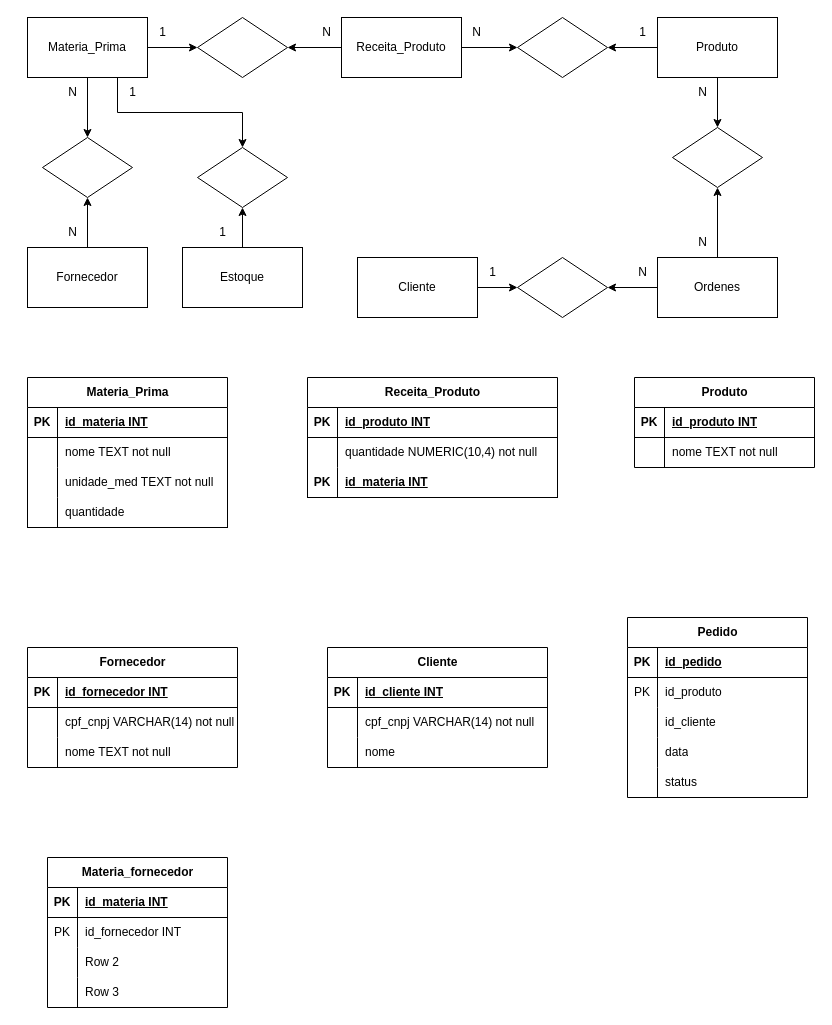
Earlier version of the draw.io diagram Projeto_FinSQL/Ordenes_Marcenaria.drawio (jheykocarreno/Senai_BackEnd). Source tidied: cells renumbered, new cells numbered last; positions are measured from the earlier drawing's top-left corner, leaving out a move shared by most shapes. Both pictures are drawn from the tidied source at 100%, with x=0, y=0 at pixel (27, 17).
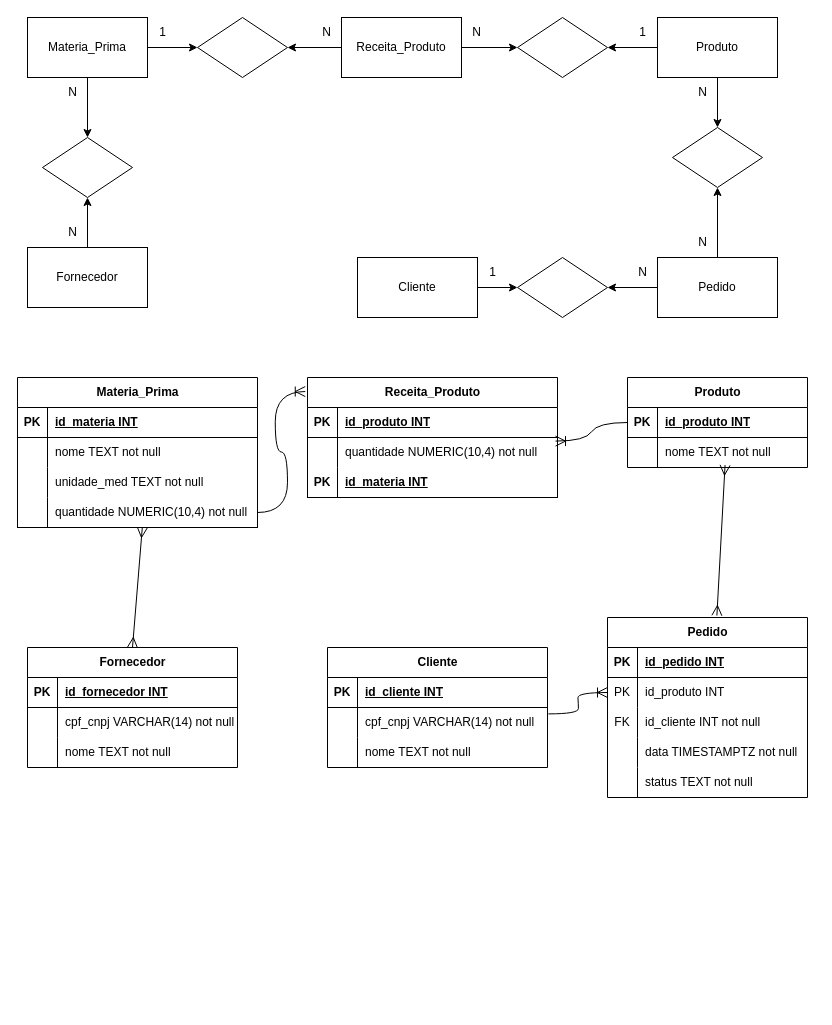
After the change.

Unchanged cells that the change refers to:
```xml
<mxCell id="5" value="Materia_Prima" style="rounded=0;whiteSpace=wrap;html=1;" parent="1" vertex="1">
  <mxGeometry width="120" height="60" as="geometry" />
</mxCell>
<mxCell id="52" value="Fornecedor" style="shape=table;startSize=30;childLayout=tableLayout;rowLines=0;fontStyle=1;align=center;html=1;" parent="1" vertex="1">
  <mxGeometry y="630" width="210" height="120" as="geometry" />
</mxCell>
<mxCell id="62" value="Receita_Produto" style="shape=table;startSize=30;childLayout=tableLayout;rowLines=0;fontStyle=1;align=center;html=1;" parent="1" vertex="1">
  <mxGeometry x="280" y="360" width="250" height="120" as="geometry" />
</mxCell>
<mxCell id="66" style="shape=tableRow;horizontal=0;startSize=0;swimlaneHead=0;swimlaneBody=0;fillColor=none;points=[[0,0.5],[1,0.5]];portConstraint=eastwest;top=0;left=0;right=0;bottom=0;" parent="62" vertex="1">
  <mxGeometry y="60" width="250" height="30" as="geometry" />
</mxCell>
<mxCell id="73" style="shape=tableRow;horizontal=0;startSize=0;swimlaneHead=0;swimlaneBody=0;fillColor=none;points=[[0,0.5],[1,0.5]];portConstraint=eastwest;top=0;left=0;right=0;bottom=1;" parent="72" vertex="1">
  <mxGeometry y="30" width="180" height="30" as="geometry" />
</mxCell>
<mxCell id="76" style="shape=tableRow;horizontal=0;startSize=0;swimlaneHead=0;swimlaneBody=0;fillColor=none;points=[[0,0.5],[1,0.5]];portConstraint=eastwest;top=0;left=0;right=0;bottom=0;" parent="72" vertex="1">
  <mxGeometry y="60" width="180" height="30" as="geometry" />
</mxCell>
<mxCell id="112" style="shape=tableRow;horizontal=0;startSize=0;swimlaneHead=0;swimlaneBody=0;fillColor=none;points=[[0,0.5],[1,0.5]];portConstraint=eastwest;top=0;left=0;right=0;bottom=0;" parent="108" vertex="1">
  <mxGeometry y="60" width="220" height="30" as="geometry" />
</mxCell>
<mxCell id="115" style="shape=tableRow;horizontal=0;startSize=0;swimlaneHead=0;swimlaneBody=0;fillColor=none;top=0;left=0;right=0;bottom=0;" parent="108" vertex="1">
  <mxGeometry y="90" width="220" height="30" as="geometry" />
</mxCell>
```

Change to the diagram source:
```diff
@@
-    <mxCell id="4" style="edgeStyle=orthogonalEdgeStyle;rounded=0;jettySize=auto;html=1;exitX=0.75;exitY=1;exitDx=0;exitDy=0;" parent="1" edge="1" source="5" target="28">
-      <mxGeometry relative="1" as="geometry" />
-    </mxCell>
@@
-    <mxCell id="8" style="edgeStyle=orthogonalEdgeStyle;rounded=0;jettySize=auto;html=1;exitX=0.5;exitY=0;exitDx=0;exitDy=0;entryX=0.5;entryY=1;entryDx=0;entryDy=0;" parent="1" edge="1" source="9" target="28">
-      <mxGeometry relative="1" as="geometry" />
-    </mxCell>
-    <mxCell id="9" value="Estoque" style="rounded=0;whiteSpace=wrap;html=1;" parent="1" vertex="1">
-      <mxGeometry x="155" y="230" width="120" height="60" as="geometry" />
-    </mxCell>
@@
-    <mxCell id="20" value="Ordenes" style="rounded=0;whiteSpace=wrap;html=1;" parent="1" vertex="1">
+    <mxCell id="20" value="Pedido" style="rounded=0;whiteSpace=wrap;html=1;" parent="1" vertex="1">
       <mxGeometry x="630" y="240" width="120" height="60" as="geometry" />
     </mxCell>
@@
-    <mxCell id="28" style="rhombus;whiteSpace=wrap;html=1;" parent="1" vertex="1">
-      <mxGeometry x="170" y="130" width="90" height="60" as="geometry" />
-    </mxCell>
@@
-    <mxCell id="33" value="1" style="text;html=1;align=center;verticalAlign=middle;strokeColor=none;fillColor=none;" parent="1" vertex="1">
-      <mxGeometry x="90" y="60" width="30" height="30" as="geometry" />
-    </mxCell>
-    <mxCell id="34" value="1" style="text;html=1;align=center;verticalAlign=middle;strokeColor=none;fillColor=none;" parent="1" vertex="1">
-      <mxGeometry x="180" y="200" width="30" height="30" as="geometry" />
-    </mxCell>
@@
     <mxCell id="39" value="Materia_Prima" style="shape=table;startSize=30;childLayout=tableLayout;rowLines=0;fontStyle=1;align=center;html=1;" parent="1" vertex="1">
-      <mxGeometry y="360" width="200" height="150" as="geometry" />
+      <mxGeometry x="-10" y="360" width="240" height="150" as="geometry" />
     </mxCell>
     <mxCell id="40" style="shape=tableRow;horizontal=0;startSize=0;swimlaneHead=0;swimlaneBody=0;fillColor=none;top=0;left=0;right=0;bottom=1;" parent="39" vertex="1">
-      <mxGeometry y="30" width="200" height="30" as="geometry" />
+      <mxGeometry y="30" width="240" height="30" as="geometry" />
     </mxCell>
@@
     <mxCell id="42" value="id_materia INT" style="shape=partialRectangle;fillColor=none;top=0;left=0;bottom=0;right=0;align=left;spacingLeft=6;fontStyle=5;overflow=hidden;whiteSpace=wrap;html=1;" parent="40" vertex="1">
-      <mxGeometry x="30" width="170" height="30" as="geometry" />
+      <mxGeometry x="30" width="210" height="30" as="geometry" />
     </mxCell>
     <mxCell id="43" style="shape=tableRow;horizontal=0;startSize=0;swimlaneHead=0;swimlaneBody=0;fillColor=none;top=0;left=0;right=0;bottom=0;" parent="39" vertex="1">
-      <mxGeometry y="60" width="200" height="30" as="geometry" />
+      <mxGeometry y="60" width="240" height="30" as="geometry" />
     </mxCell>
@@
     <mxCell id="45" value="nome TEXT not null" style="shape=partialRectangle;fillColor=none;top=0;left=0;bottom=0;right=0;align=left;spacingLeft=6;overflow=hidden;whiteSpace=wrap;html=1;" parent="43" vertex="1">
-      <mxGeometry x="30" width="170" height="30" as="geometry" />
+      <mxGeometry x="30" width="210" height="30" as="geometry" />
     </mxCell>
     <mxCell id="46" style="shape=tableRow;horizontal=0;startSize=0;swimlaneHead=0;swimlaneBody=0;fillColor=none;top=0;left=0;right=0;bottom=0;" parent="39" vertex="1">
-      <mxGeometry y="90" width="200" height="30" as="geometry" />
+      <mxGeometry y="90" width="240" height="30" as="geometry" />
     </mxCell>
@@
     <mxCell id="48" value="unidade_med TEXT not null" style="shape=partialRectangle;fillColor=none;top=0;left=0;bottom=0;right=0;align=left;spacingLeft=6;overflow=hidden;whiteSpace=wrap;html=1;" parent="46" vertex="1">
-      <mxGeometry x="30" width="170" height="30" as="geometry" />
+      <mxGeometry x="30" width="210" height="30" as="geometry" />
     </mxCell>
     <mxCell id="49" style="shape=tableRow;horizontal=0;startSize=0;swimlaneHead=0;swimlaneBody=0;fillColor=none;points=[[0,0.5],[1,0.5]];portConstraint=eastwest;top=0;left=0;right=0;bottom=1;" parent="39" vertex="1">
-      <mxGeometry y="120" width="200" height="30" as="geometry" />
+      <mxGeometry y="120" width="240" height="30" as="geometry" />
     </mxCell>
@@
-    <mxCell id="51" value="&lt;span style=&quot;font-weight: normal;&quot;&gt;quantidade&lt;/span&gt;" style="shape=partialRectangle;fillColor=none;top=0;left=0;bottom=0;right=0;align=left;spacingLeft=6;fontStyle=1;overflow=hidden;whiteSpace=wrap;html=1;" parent="49" vertex="1">
-      <mxGeometry x="30" width="170" height="30" as="geometry" />
+    <mxCell id="51" value="&lt;span style=&quot;font-weight: normal;&quot;&gt;quantidade NUMERIC(10,4) not null&lt;/span&gt;" style="shape=partialRectangle;fillColor=none;top=0;left=0;bottom=0;right=0;align=left;spacingLeft=6;fontStyle=1;overflow=hidden;whiteSpace=wrap;html=1;" parent="49" vertex="1">
+      <mxGeometry x="30" width="210" height="30" as="geometry" />
     </mxCell>
@@
     <mxCell id="72" value="Produto" style="shape=table;startSize=30;childLayout=tableLayout;rowLines=0;fontStyle=1;align=center;html=1;" parent="1" vertex="1">
-      <mxGeometry x="607" y="360" width="180" height="90" as="geometry" />
+      <mxGeometry x="600" y="360" width="180" height="90" as="geometry" />
     </mxCell>
@@
-    <mxCell id="79" value="Materia_fornecedor" style="shape=table;startSize=30;childLayout=tableLayout;rowLines=0;fontStyle=1;align=center;html=1;" parent="1" vertex="1">
-      <mxGeometry x="20" y="840" width="180" height="150" as="geometry" />
-    </mxCell>
-    <mxCell id="80" style="shape=tableRow;horizontal=0;startSize=0;swimlaneHead=0;swimlaneBody=0;fillColor=none;top=0;left=0;right=0;bottom=1;" parent="79" vertex="1">
-      <mxGeometry y="30" width="180" height="30" as="geometry" />
-    </mxCell>
-    <mxCell id="81" value="PK" style="shape=partialRectangle;fillColor=none;top=0;left=0;bottom=0;right=0;fontStyle=1;overflow=hidden;whiteSpace=wrap;html=1;" parent="80" vertex="1">
-      <mxGeometry width="30" height="30" as="geometry" />
-    </mxCell>
-    <mxCell id="82" value="id_materia INT" style="shape=partialRectangle;fillColor=none;top=0;left=0;bottom=0;right=0;align=left;spacingLeft=6;fontStyle=5;overflow=hidden;whiteSpace=wrap;html=1;" parent="80" vertex="1">
-      <mxGeometry x="30" width="150" height="30" as="geometry" />
-    </mxCell>
-    <mxCell id="83" style="shape=tableRow;horizontal=0;startSize=0;swimlaneHead=0;swimlaneBody=0;fillColor=none;top=0;left=0;right=0;bottom=0;" parent="79" vertex="1">
-      <mxGeometry y="60" width="180" height="30" as="geometry" />
-    </mxCell>
-    <mxCell id="84" value="PK" style="shape=partialRectangle;fillColor=none;top=0;left=0;bottom=0;right=0;overflow=hidden;whiteSpace=wrap;html=1;" parent="83" vertex="1">
-      <mxGeometry width="30" height="30" as="geometry" />
-    </mxCell>
-    <mxCell id="85" value="id_fornecedor INT" style="shape=partialRectangle;fillColor=none;top=0;left=0;bottom=0;right=0;align=left;spacingLeft=6;overflow=hidden;whiteSpace=wrap;html=1;strokeColor=inherit;" parent="83" vertex="1">
-      <mxGeometry x="30" width="150" height="30" as="geometry" />
-    </mxCell>
-    <mxCell id="86" style="shape=tableRow;horizontal=0;startSize=0;swimlaneHead=0;swimlaneBody=0;fillColor=none;top=0;left=0;right=0;bottom=0;" parent="79" vertex="1">
-      <mxGeometry y="90" width="180" height="30" as="geometry" />
-    </mxCell>
-    <mxCell id="87" style="shape=partialRectangle;fillColor=none;top=0;left=0;bottom=0;right=0;overflow=hidden;whiteSpace=wrap;html=1;" parent="86" vertex="1">
-      <mxGeometry width="30" height="30" as="geometry" />
-    </mxCell>
-    <mxCell id="88" value="Row 2" style="shape=partialRectangle;fillColor=none;top=0;left=0;bottom=0;right=0;align=left;spacingLeft=6;overflow=hidden;whiteSpace=wrap;html=1;" parent="86" vertex="1">
-      <mxGeometry x="30" width="150" height="30" as="geometry" />
-    </mxCell>
-    <mxCell id="89" style="shape=tableRow;horizontal=0;startSize=0;swimlaneHead=0;swimlaneBody=0;fillColor=none;top=0;left=0;right=0;bottom=0;" parent="79" vertex="1">
-      <mxGeometry y="120" width="180" height="30" as="geometry" />
-    </mxCell>
-    <mxCell id="90" style="shape=partialRectangle;fillColor=none;top=0;left=0;bottom=0;right=0;overflow=hidden;whiteSpace=wrap;html=1;" parent="89" vertex="1">
-      <mxGeometry width="30" height="30" as="geometry" />
-    </mxCell>
-    <mxCell id="91" value="Row 3" style="shape=partialRectangle;fillColor=none;top=0;left=0;bottom=0;right=0;align=left;spacingLeft=6;overflow=hidden;whiteSpace=wrap;html=1;" parent="89" vertex="1">
-      <mxGeometry x="30" width="150" height="30" as="geometry" />
-    </mxCell>
     <mxCell id="92" value="Pedido" style="shape=table;startSize=30;childLayout=tableLayout;rowLines=0;fontStyle=1;align=center;html=1;" parent="1" vertex="1">
-      <mxGeometry x="600" y="600" width="180" height="180" as="geometry" />
+      <mxGeometry x="580" y="600" width="200" height="180" as="geometry" />
     </mxCell>
     <mxCell id="93" style="shape=tableRow;horizontal=0;startSize=0;swimlaneHead=0;swimlaneBody=0;fillColor=none;top=0;left=0;right=0;bottom=1;" parent="92" vertex="1">
-      <mxGeometry y="30" width="180" height="30" as="geometry" />
+      <mxGeometry y="30" width="200" height="30" as="geometry" />
     </mxCell>
@@
-    <mxCell id="95" value="id_pedido" style="shape=partialRectangle;fillColor=none;top=0;left=0;bottom=0;right=0;align=left;spacingLeft=6;fontStyle=5;overflow=hidden;whiteSpace=wrap;html=1;" parent="93" vertex="1">
-      <mxGeometry x="30" width="150" height="30" as="geometry" />
+    <mxCell id="95" value="id_pedido INT" style="shape=partialRectangle;fillColor=none;top=0;left=0;bottom=0;right=0;align=left;spacingLeft=6;fontStyle=5;overflow=hidden;whiteSpace=wrap;html=1;" parent="93" vertex="1">
+      <mxGeometry x="30" width="170" height="30" as="geometry" />
     </mxCell>
     <mxCell id="96" style="shape=tableRow;horizontal=0;startSize=0;swimlaneHead=0;swimlaneBody=0;fillColor=none;points=[[0,0.5],[1,0.5]];portConstraint=eastwest;top=0;left=0;right=0;bottom=0;" parent="92" vertex="1">
-      <mxGeometry y="60" width="180" height="30" as="geometry" />
+      <mxGeometry y="60" width="200" height="30" as="geometry" />
     </mxCell>
@@
-    <mxCell id="98" value="id_produto" style="shape=partialRectangle;fillColor=none;top=0;left=0;bottom=0;right=0;align=left;spacingLeft=6;overflow=hidden;whiteSpace=wrap;html=1;" parent="96" vertex="1">
-      <mxGeometry x="30" width="150" height="30" as="geometry" />
+    <mxCell id="98" value="id_produto INT" style="shape=partialRectangle;fillColor=none;top=0;left=0;bottom=0;right=0;align=left;spacingLeft=6;overflow=hidden;whiteSpace=wrap;html=1;" parent="96" vertex="1">
+      <mxGeometry x="30" width="170" height="30" as="geometry" />
     </mxCell>
     <mxCell id="99" style="shape=tableRow;horizontal=0;startSize=0;swimlaneHead=0;swimlaneBody=0;fillColor=none;top=0;left=0;right=0;bottom=0;" parent="92" vertex="1">
-      <mxGeometry y="90" width="180" height="30" as="geometry" />
+      <mxGeometry y="90" width="200" height="30" as="geometry" />
     </mxCell>
-    <mxCell id="100" style="shape=partialRectangle;fillColor=none;top=0;left=0;bottom=0;right=0;overflow=hidden;whiteSpace=wrap;html=1;" parent="99" vertex="1">
+    <mxCell id="100" value="FK" style="shape=partialRectangle;fillColor=none;top=0;left=0;bottom=0;right=0;overflow=hidden;whiteSpace=wrap;html=1;" parent="99" vertex="1">
       <mxGeometry width="30" height="30" as="geometry" />
     </mxCell>
-    <mxCell id="101" value="id_cliente" style="shape=partialRectangle;fillColor=none;top=0;left=0;bottom=0;right=0;align=left;spacingLeft=6;overflow=hidden;whiteSpace=wrap;html=1;" parent="99" vertex="1">
-      <mxGeometry x="30" width="150" height="30" as="geometry" />
+    <mxCell id="101" value="id_cliente INT not null" style="shape=partialRectangle;fillColor=none;top=0;left=0;bottom=0;right=0;align=left;spacingLeft=6;overflow=hidden;whiteSpace=wrap;html=1;" parent="99" vertex="1">
+      <mxGeometry x="30" width="170" height="30" as="geometry" />
     </mxCell>
     <mxCell id="102" style="shape=tableRow;horizontal=0;startSize=0;swimlaneHead=0;swimlaneBody=0;fillColor=none;top=0;left=0;right=0;bottom=0;" parent="92" vertex="1">
-      <mxGeometry y="120" width="180" height="30" as="geometry" />
+      <mxGeometry y="120" width="200" height="30" as="geometry" />
     </mxCell>
@@
-    <mxCell id="104" value="data" style="shape=partialRectangle;fillColor=none;top=0;left=0;bottom=0;right=0;align=left;spacingLeft=6;overflow=hidden;whiteSpace=wrap;html=1;" parent="102" vertex="1">
-      <mxGeometry x="30" width="150" height="30" as="geometry" />
+    <mxCell id="104" value="data TIMESTAMPTZ not null" style="shape=partialRectangle;fillColor=none;top=0;left=0;bottom=0;right=0;align=left;spacingLeft=6;overflow=hidden;whiteSpace=wrap;html=1;" parent="102" vertex="1">
+      <mxGeometry x="30" width="170" height="30" as="geometry" />
     </mxCell>
     <mxCell id="105" style="shape=tableRow;horizontal=0;startSize=0;swimlaneHead=0;swimlaneBody=0;fillColor=none;top=0;left=0;right=0;bottom=0;" parent="92" vertex="1">
-      <mxGeometry y="150" width="180" height="30" as="geometry" />
+      <mxGeometry y="150" width="200" height="30" as="geometry" />
     </mxCell>
@@
-    <mxCell id="107" value="status" style="shape=partialRectangle;fillColor=none;top=0;left=0;bottom=0;right=0;align=left;spacingLeft=6;overflow=hidden;whiteSpace=wrap;html=1;" parent="105" vertex="1">
-      <mxGeometry x="30" width="150" height="30" as="geometry" />
+    <mxCell id="107" value="status TEXT not null" style="shape=partialRectangle;fillColor=none;top=0;left=0;bottom=0;right=0;align=left;spacingLeft=6;overflow=hidden;whiteSpace=wrap;html=1;" parent="105" vertex="1">
+      <mxGeometry x="30" width="170" height="30" as="geometry" />
     </mxCell>
@@
-    <mxCell id="117" value="nome" style="shape=partialRectangle;fillColor=none;top=0;left=0;bottom=0;right=0;align=left;spacingLeft=6;overflow=hidden;whiteSpace=wrap;html=1;" parent="115" vertex="1">
+    <mxCell id="117" value="nome TEXT not null" style="shape=partialRectangle;fillColor=none;top=0;left=0;bottom=0;right=0;align=left;spacingLeft=6;overflow=hidden;whiteSpace=wrap;html=1;" parent="115" vertex="1">
       <mxGeometry x="30" width="190" height="30" as="geometry" />
     </mxCell>
+    <mxCell id="118" style="edgeStyle=entityRelationEdgeStyle;fontSize=12;html=1;endArrow=ERoneToMany;rounded=0;startSize=8;endSize=8;curved=1;exitX=1;exitY=0.5;exitDx=0;exitDy=0;entryX=-0.009;entryY=0.117;entryDx=0;entryDy=0;entryPerimeter=0;" parent="1" edge="1" source="49" target="62">
+      <mxGeometry relative="1" as="geometry" />
+    </mxCell>
+    <mxCell id="119" style="fontSize=12;html=1;endArrow=ERmany;startArrow=ERmany;rounded=0;startSize=8;endSize=8;entryX=0.5;entryY=0;entryDx=0;entryDy=0;exitX=0.52;exitY=1;exitDx=0;exitDy=0;exitPerimeter=0;" parent="1" edge="1" source="49" target="52">
+      <mxGeometry relative="1" as="geometry" />
+    </mxCell>
+    <mxCell id="120" style="edgeStyle=entityRelationEdgeStyle;fontSize=12;html=1;endArrow=ERoneToMany;rounded=0;startSize=8;endSize=8;curved=1;entryX=0.992;entryY=0.12;entryDx=0;entryDy=0;entryPerimeter=0;exitX=0;exitY=0.5;exitDx=0;exitDy=0;" parent="1" edge="1" source="73" target="66">
+      <mxGeometry relative="1" as="geometry" />
+    </mxCell>
+    <mxCell id="121" style="fontSize=12;html=1;endArrow=ERmany;startArrow=ERmany;rounded=0;startSize=8;endSize=8;entryX=0.547;entryY=-0.011;entryDx=0;entryDy=0;exitX=0.542;exitY=0.92;exitDx=0;exitDy=0;exitPerimeter=0;entryPerimeter=0;" parent="1" edge="1" source="76" target="92">
+      <mxGeometry relative="1" as="geometry" />
+    </mxCell>
+    <mxCell id="122" style="edgeStyle=entityRelationEdgeStyle;fontSize=12;html=1;endArrow=ERoneToMany;rounded=0;startSize=8;endSize=8;curved=1;entryX=0;entryY=0.5;entryDx=0;entryDy=0;exitX=1.004;exitY=0.213;exitDx=0;exitDy=0;exitPerimeter=0;" parent="1" edge="1" source="112" target="96">
+      <mxGeometry relative="1" as="geometry" />
+    </mxCell>
```
